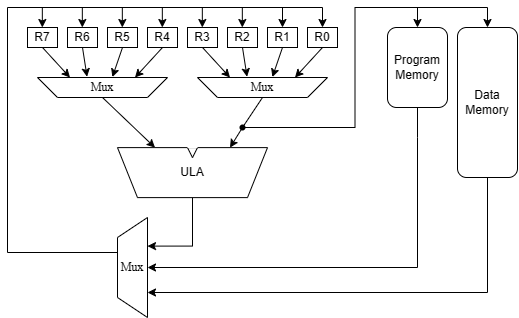
Earlier version of the draw.io export Arquitetura de Harvard/Arquitetura de Harvard.png (FehASilva/Org.Arq.Computadores). Source tidied: cells renumbered, new cells last; positions are measured from the earlier drawing's top-left corner, leaving out a move shared by most shapes. Its diagram source:
```xml
<mxGraphModel>
  <root>
    <mxCell id="0" />
    <mxCell id="1" parent="0" />
    <mxCell id="2" style="rounded=0;jettySize=auto;html=1;exitX=0.5;exitY=0;exitDx=0;exitDy=0;entryX=0.75;entryY=1;entryDx=0;entryDy=0;" parent="1" edge="1" source="3" target="7">
      <mxGeometry relative="1" as="geometry" />
    </mxCell>
    <mxCell id="3" value="Mux" style="shape=trapezoid;perimeter=trapezoidPerimeter;whiteSpace=wrap;html=1;fixedSize=1;direction=west;fontFamily=Times New Roman;" parent="1" vertex="1">
      <mxGeometry x="30" y="70" width="130" height="20" as="geometry" />
    </mxCell>
    <mxCell id="4" style="rounded=0;jettySize=auto;html=1;exitX=0.5;exitY=1;exitDx=0;exitDy=0;entryX=0.75;entryY=1;entryDx=0;entryDy=0;" parent="1" edge="1" source="5" target="3">
      <mxGeometry relative="1" as="geometry" />
    </mxCell>
    <mxCell id="5" value="R7" style="rounded=0;whiteSpace=wrap;html=1;" parent="1" vertex="1">
      <mxGeometry x="20" y="20" width="30" height="20" as="geometry" />
    </mxCell>
    <mxCell id="6" style="edgeStyle=orthogonalEdgeStyle;rounded=0;jettySize=auto;html=1;exitX=0.5;exitY=0;exitDx=0;exitDy=0;entryX=0.714;entryY=1;entryDx=0;entryDy=0;entryPerimeter=0;" parent="1" edge="1" source="7" target="27">
      <mxGeometry relative="1" as="geometry" />
    </mxCell>
    <mxCell id="7" value="ULA" style="shape=trapezoid;perimeter=trapezoidPerimeter;whiteSpace=wrap;html=1;fixedSize=1;direction=west;" parent="1" vertex="1">
      <mxGeometry x="110" y="140.1" width="150" height="50" as="geometry" />
    </mxCell>
    <mxCell id="8" style="triangle;whiteSpace=wrap;html=1;direction=south;" parent="1" vertex="1">
      <mxGeometry x="180" y="140.1" width="10" height="10" as="geometry" />
    </mxCell>
    <mxCell id="9" style="endArrow=none;html=1;strokeColor=#FFFFFF;rounded=1;endSize=6;shadow=0;" parent="1" edge="1">
      <mxGeometry relative="1" as="geometry">
        <mxPoint x="180" y="140" as="sourcePoint" />
        <mxPoint x="190" y="140" as="targetPoint" />
      </mxGeometry>
    </mxCell>
    <mxCell id="10" style="rounded=0;jettySize=auto;html=1;exitX=0.5;exitY=1;exitDx=0;exitDy=0;entryX=0.619;entryY=1.038;entryDx=0;entryDy=0;entryPerimeter=0;" parent="1" edge="1" source="11" target="3">
      <mxGeometry relative="1" as="geometry" />
    </mxCell>
    <mxCell id="11" value="R6" style="rounded=0;whiteSpace=wrap;html=1;" parent="1" vertex="1">
      <mxGeometry x="60" y="20" width="30" height="20" as="geometry" />
    </mxCell>
    <mxCell id="12" style="rounded=0;jettySize=auto;html=1;exitX=0.5;exitY=1;exitDx=0;exitDy=0;entryX=0.424;entryY=1.022;entryDx=0;entryDy=0;entryPerimeter=0;" parent="1" edge="1" source="13" target="3">
      <mxGeometry relative="1" as="geometry" />
    </mxCell>
    <mxCell id="13" value="R5" style="rounded=0;whiteSpace=wrap;html=1;" parent="1" vertex="1">
      <mxGeometry x="100" y="20" width="30" height="20" as="geometry" />
    </mxCell>
    <mxCell id="14" style="rounded=0;jettySize=auto;html=1;exitX=0.5;exitY=1;exitDx=0;exitDy=0;entryX=0.25;entryY=1;entryDx=0;entryDy=0;" parent="1" edge="1" source="15" target="3">
      <mxGeometry relative="1" as="geometry" />
    </mxCell>
    <mxCell id="15" value="R4" style="rounded=0;whiteSpace=wrap;html=1;" parent="1" vertex="1">
      <mxGeometry x="140" y="20" width="30" height="20" as="geometry" />
    </mxCell>
    <mxCell id="16" style="rounded=0;jettySize=auto;html=1;exitDx=0;exitDy=0;entryX=0.25;entryY=1;entryDx=0;entryDy=0;" parent="1" edge="1" source="38" target="7">
      <mxGeometry relative="1" as="geometry" />
    </mxCell>
    <mxCell id="17" value="Mux" style="shape=trapezoid;perimeter=trapezoidPerimeter;whiteSpace=wrap;html=1;fixedSize=1;direction=west;fontFamily=Times New Roman;" parent="1" vertex="1">
      <mxGeometry x="190" y="70" width="130" height="20" as="geometry" />
    </mxCell>
    <mxCell id="18" style="rounded=0;jettySize=auto;html=1;exitX=0.5;exitY=1;exitDx=0;exitDy=0;entryX=0.75;entryY=1;entryDx=0;entryDy=0;" parent="1" edge="1" source="19" target="17">
      <mxGeometry relative="1" as="geometry" />
    </mxCell>
    <mxCell id="19" value="R3" style="rounded=0;whiteSpace=wrap;html=1;" parent="1" vertex="1">
      <mxGeometry x="180" y="20" width="30" height="20" as="geometry" />
    </mxCell>
    <mxCell id="20" style="rounded=0;jettySize=auto;html=1;exitX=0.5;exitY=1;exitDx=0;exitDy=0;entryX=0.619;entryY=1.038;entryDx=0;entryDy=0;entryPerimeter=0;" parent="1" edge="1" source="21" target="17">
      <mxGeometry relative="1" as="geometry" />
    </mxCell>
    <mxCell id="21" value="R2" style="rounded=0;whiteSpace=wrap;html=1;" parent="1" vertex="1">
      <mxGeometry x="220" y="20" width="30" height="20" as="geometry" />
    </mxCell>
    <mxCell id="22" style="rounded=0;jettySize=auto;html=1;exitX=0.5;exitY=1;exitDx=0;exitDy=0;entryX=0.424;entryY=1.022;entryDx=0;entryDy=0;entryPerimeter=0;" parent="1" edge="1" source="23" target="17">
      <mxGeometry relative="1" as="geometry" />
    </mxCell>
    <mxCell id="23" value="R1" style="rounded=0;whiteSpace=wrap;html=1;" parent="1" vertex="1">
      <mxGeometry x="260" y="20" width="30" height="20" as="geometry" />
    </mxCell>
    <mxCell id="24" style="rounded=0;jettySize=auto;html=1;exitX=0.5;exitY=1;exitDx=0;exitDy=0;entryX=0.25;entryY=1;entryDx=0;entryDy=0;" parent="1" edge="1" source="25" target="17">
      <mxGeometry relative="1" as="geometry" />
    </mxCell>
    <mxCell id="25" value="R0" style="rounded=0;whiteSpace=wrap;html=1;" parent="1" vertex="1">
      <mxGeometry x="300" y="20" width="30" height="20" as="geometry" />
    </mxCell>
    <mxCell id="26" style="edgeStyle=orthogonalEdgeStyle;rounded=0;jettySize=auto;html=1;exitX=0.5;exitY=0;exitDx=0;exitDy=0;entryX=0.5;entryY=0;entryDx=0;entryDy=0;" parent="1" edge="1" source="27" target="25">
      <mxGeometry relative="1" as="geometry">
        <Array as="points">
          <mxPoint y="245" />
          <mxPoint />
          <mxPoint x="315" />
        </Array>
      </mxGeometry>
    </mxCell>
    <mxCell id="27" value="Mux" style="shape=trapezoid;perimeter=trapezoidPerimeter;whiteSpace=wrap;html=1;fixedSize=1;direction=north;fontFamily=Times New Roman;" parent="1" vertex="1">
      <mxGeometry x="110" y="210" width="30" height="100" as="geometry" />
    </mxCell>
    <mxCell id="28" style="endArrow=classic;html=1;rounded=0;entryX=0.5;entryY=0;entryDx=0;entryDy=0;" parent="1" edge="1" target="23">
      <mxGeometry relative="1" as="geometry">
        <mxPoint x="275" as="sourcePoint" />
      </mxGeometry>
    </mxCell>
    <mxCell id="29" style="endArrow=classic;html=1;rounded=0;entryX=0.5;entryY=0;entryDx=0;entryDy=0;" parent="1" edge="1">
      <mxGeometry relative="1" as="geometry">
        <mxPoint x="234.8" as="sourcePoint" />
        <mxPoint x="234.8" y="20" as="targetPoint" />
      </mxGeometry>
    </mxCell>
    <mxCell id="30" style="endArrow=classic;html=1;rounded=0;entryX=0.5;entryY=0;entryDx=0;entryDy=0;" parent="1" edge="1">
      <mxGeometry relative="1" as="geometry">
        <mxPoint x="194.8" as="sourcePoint" />
        <mxPoint x="194.8" y="20" as="targetPoint" />
      </mxGeometry>
    </mxCell>
    <mxCell id="31" style="endArrow=classic;html=1;rounded=0;entryX=0.5;entryY=0;entryDx=0;entryDy=0;" parent="1" edge="1">
      <mxGeometry relative="1" as="geometry">
        <mxPoint x="154.8" as="sourcePoint" />
        <mxPoint x="154.8" y="20" as="targetPoint" />
      </mxGeometry>
    </mxCell>
    <mxCell id="32" style="endArrow=classic;html=1;rounded=0;entryX=0.5;entryY=0;entryDx=0;entryDy=0;" parent="1" edge="1">
      <mxGeometry relative="1" as="geometry">
        <mxPoint x="114.8" as="sourcePoint" />
        <mxPoint x="114.8" y="20" as="targetPoint" />
      </mxGeometry>
    </mxCell>
    <mxCell id="33" style="endArrow=classic;html=1;rounded=0;entryX=0.5;entryY=0;entryDx=0;entryDy=0;" parent="1" edge="1">
      <mxGeometry relative="1" as="geometry">
        <mxPoint x="74.8" as="sourcePoint" />
        <mxPoint x="74.8" y="20" as="targetPoint" />
      </mxGeometry>
    </mxCell>
    <mxCell id="34" style="endArrow=classic;html=1;rounded=0;entryX=0.5;entryY=0;entryDx=0;entryDy=0;" parent="1" edge="1">
      <mxGeometry relative="1" as="geometry">
        <mxPoint x="34.8" as="sourcePoint" />
        <mxPoint x="34.8" y="20" as="targetPoint" />
      </mxGeometry>
    </mxCell>
    <mxCell id="35" style="rounded=0;jettySize=auto;html=1;exitX=0.5;exitY=1;exitDx=0;exitDy=0;entryX=0.25;entryY=1;entryDx=0;entryDy=0;edgeStyle=orthogonalEdgeStyle;" parent="1" edge="1" source="36" target="27">
      <mxGeometry relative="1" as="geometry" />
    </mxCell>
    <mxCell id="36" value="Data&lt;br&gt;Memory" style="rounded=1;whiteSpace=wrap;html=1;" parent="1" vertex="1">
      <mxGeometry x="450" y="20" width="60" height="150" as="geometry" />
    </mxCell>
    <mxCell id="37" style="edgeStyle=orthogonalEdgeStyle;rounded=0;jettySize=auto;html=1;entryX=0.5;entryY=0;entryDx=0;entryDy=0;" parent="1" edge="1" source="38" target="36">
      <mxGeometry relative="1" as="geometry" />
    </mxCell>
    <mxCell id="38" style="shape=waypoint;sketch=0;fillStyle=solid;size=6;points=[];fillColor=none;perimeter=centerPerimeter;snapToPoint=1;" parent="1" vertex="1">
      <mxGeometry x="225" y="110" width="20" height="20" as="geometry" />
    </mxCell>
    <mxCell id="39" style="endArrow=none;html=1;rounded=0;entryX=0.5;entryY=0;entryDx=0;entryDy=0;exitX=0.7;exitY=0.547;exitDx=0;exitDy=0;exitPerimeter=0;" parent="1" edge="1" source="38" target="17">
      <mxGeometry relative="1" as="geometry" />
    </mxCell>
    <mxCell id="40" style="edgeStyle=orthogonalEdgeStyle;rounded=0;jettySize=auto;html=1;exitX=0.5;exitY=1;exitDx=0;exitDy=0;" parent="1" edge="1" source="41" target="27">
      <mxGeometry relative="1" as="geometry">
        <Array as="points">
          <mxPoint x="410" y="130" />
          <mxPoint x="410" y="245" />
        </Array>
      </mxGeometry>
    </mxCell>
    <mxCell id="41" value="Program&lt;br&gt;Memory" style="rounded=1;whiteSpace=wrap;html=1;" parent="1" vertex="1">
      <mxGeometry x="380" y="20" width="60" height="80" as="geometry" />
    </mxCell>
    <mxCell id="42" style="edgeStyle=orthogonalEdgeStyle;rounded=0;jettySize=auto;html=1;entryX=0.5;entryY=0;entryDx=0;entryDy=0;" parent="1" edge="1" target="41">
      <mxGeometry relative="1" as="geometry">
        <mxPoint x="410" as="sourcePoint" />
      </mxGeometry>
    </mxCell>
  </root>
</mxGraphModel>
```
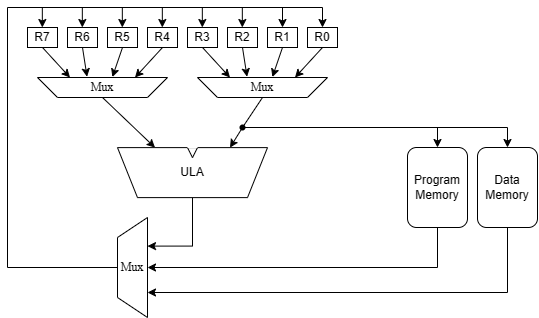
After the change.

Change to the diagram source:
```diff
@@ -80,7 +80,7 @@
     <mxCell id="26" style="edgeStyle=orthogonalEdgeStyle;rounded=0;jettySize=auto;html=1;exitX=0.5;exitY=0;exitDx=0;exitDy=0;entryX=0.5;entryY=0;entryDx=0;entryDy=0;" parent="1" edge="1" source="27" target="25">
       <mxGeometry relative="1" as="geometry">
         <Array as="points">
-          <mxPoint y="245" />
+          <mxPoint y="260" />
           <mxPoint />
           <mxPoint x="315" />
         </Array>
@@ -134,7 +134,7 @@
       <mxGeometry relative="1" as="geometry" />
     </mxCell>
     <mxCell id="36" value="Data&lt;br&gt;Memory" style="rounded=1;whiteSpace=wrap;html=1;" parent="1" vertex="1">
-      <mxGeometry x="450" y="20" width="60" height="150" as="geometry" />
+      <mxGeometry x="470" y="140" width="60" height="80" as="geometry" />
     </mxCell>
     <mxCell id="37" style="edgeStyle=orthogonalEdgeStyle;rounded=0;jettySize=auto;html=1;entryX=0.5;entryY=0;entryDx=0;entryDy=0;" parent="1" edge="1" source="38" target="36">
       <mxGeometry relative="1" as="geometry" />
@@ -145,20 +145,19 @@
     <mxCell id="39" style="endArrow=none;html=1;rounded=0;entryX=0.5;entryY=0;entryDx=0;entryDy=0;exitX=0.7;exitY=0.547;exitDx=0;exitDy=0;exitPerimeter=0;" parent="1" edge="1" source="38" target="17">
       <mxGeometry relative="1" as="geometry" />
     </mxCell>
-    <mxCell id="40" style="edgeStyle=orthogonalEdgeStyle;rounded=0;jettySize=auto;html=1;exitX=0.5;exitY=1;exitDx=0;exitDy=0;" parent="1" edge="1" source="41" target="27">
+    <mxCell id="40" style="edgeStyle=orthogonalEdgeStyle;rounded=0;jettySize=auto;html=1;exitX=0.5;exitY=1;exitDx=0;exitDy=0;entryX=0.5;entryY=1;entryDx=0;entryDy=0;" parent="1" edge="1" source="41" target="27">
       <mxGeometry relative="1" as="geometry">
         <Array as="points">
-          <mxPoint x="410" y="130" />
-          <mxPoint x="410" y="245" />
+          <mxPoint x="430" y="260" />
         </Array>
       </mxGeometry>
     </mxCell>
     <mxCell id="41" value="Program&lt;br&gt;Memory" style="rounded=1;whiteSpace=wrap;html=1;" parent="1" vertex="1">
-      <mxGeometry x="380" y="20" width="60" height="80" as="geometry" />
+      <mxGeometry x="400" y="140" width="60" height="80" as="geometry" />
     </mxCell>
     <mxCell id="42" style="edgeStyle=orthogonalEdgeStyle;rounded=0;jettySize=auto;html=1;entryX=0.5;entryY=0;entryDx=0;entryDy=0;" parent="1" edge="1" target="41">
       <mxGeometry relative="1" as="geometry">
-        <mxPoint x="410" as="sourcePoint" />
+        <mxPoint x="430" y="120" as="sourcePoint" />
       </mxGeometry>
     </mxCell>
   </root>
```
